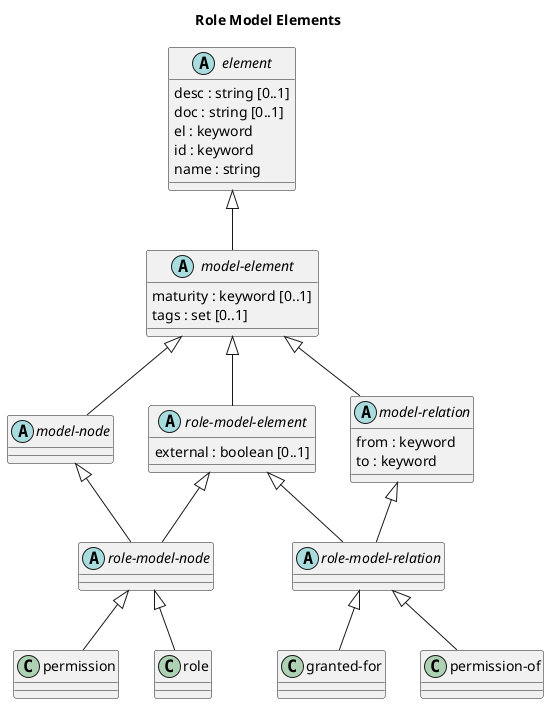
Before: docs/overarch/data-model/role-model-elements.png, a diagram exported from PlantUML (soulspace-org/overarch). The source it was exported from:
```plantuml
@startuml role-model-elements






title Role Model Elements

class "permission" as overarch_dataModel_permission {}
abstract class "model-element" as overarch_dataModel_modelElement {
  maturity : keyword [0..1]
  tags : set [0..1]
}
class "granted-for" as overarch_dataModel_grantedFor {}
abstract class "model-node" as overarch_dataModel_modelNode {}
abstract class "role-model-relation" as overarch_dataModel_roleModelRelation {}
abstract class "model-relation" as overarch_dataModel_modelRelation {
  from : keyword
  to : keyword
}
class "permission-of" as overarch_dataModel_permissionOf {}
class "role" as overarch_dataModel_role {}
abstract class "role-model-element" as overarch_dataModel_roleModelElement {
  external : boolean [0..1]
}
abstract class "element" as overarch_dataModel_element {
  desc : string [0..1]
  doc : string [0..1]
  el : keyword
  id : keyword
  name : string
}
abstract class "role-model-node" as overarch_dataModel_roleModelNode {}
overarch_dataModel_element <|-- overarch_dataModel_modelElement
overarch_dataModel_roleModelElement <|-- overarch_dataModel_roleModelRelation
overarch_dataModel_roleModelNode <|-- overarch_dataModel_permission
overarch_dataModel_modelElement <|-- overarch_dataModel_modelNode
overarch_dataModel_modelElement <|-- overarch_dataModel_modelRelation
overarch_dataModel_roleModelNode <|-- overarch_dataModel_role
overarch_dataModel_modelRelation <|-- overarch_dataModel_roleModelRelation
overarch_dataModel_modelElement <|-- overarch_dataModel_roleModelElement
overarch_dataModel_roleModelRelation <|-- overarch_dataModel_grantedFor
overarch_dataModel_modelNode <|-- overarch_dataModel_roleModelNode
overarch_dataModel_roleModelElement <|-- overarch_dataModel_roleModelNode
overarch_dataModel_roleModelRelation <|-- overarch_dataModel_permissionOf
@enduml
```
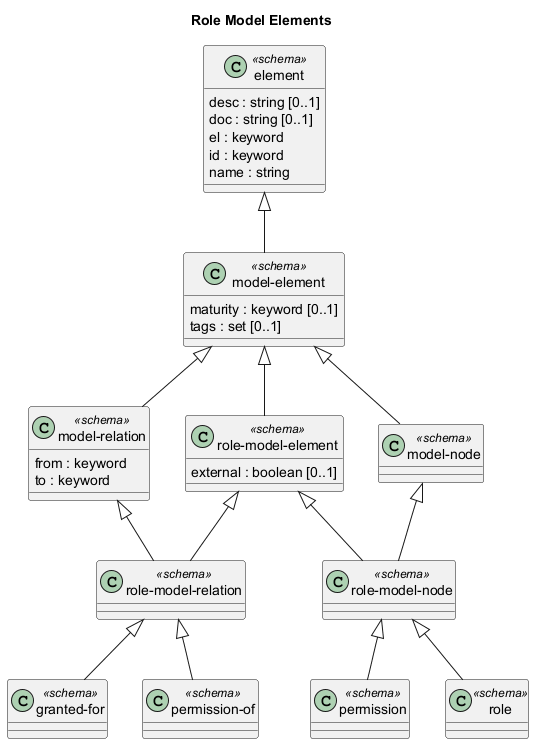
Later version of the same file.

Change to the diagram source:
```diff
@@ -7,31 +7,31 @@
 
 title Role Model Elements
 
-class "permission" as overarch_dataModel_permission {}
-abstract class "model-element" as overarch_dataModel_modelElement {
+class "model-element" as overarch_dataModel_modelElement <<schema>> {
   maturity : keyword [0..1]
   tags : set [0..1]
 }
-class "granted-for" as overarch_dataModel_grantedFor {}
-abstract class "model-node" as overarch_dataModel_modelNode {}
-abstract class "role-model-relation" as overarch_dataModel_roleModelRelation {}
-abstract class "model-relation" as overarch_dataModel_modelRelation {
-  from : keyword
-  to : keyword
-}
-class "permission-of" as overarch_dataModel_permissionOf {}
-class "role" as overarch_dataModel_role {}
-abstract class "role-model-element" as overarch_dataModel_roleModelElement {
+class "role-model-element" as overarch_dataModel_roleModelElement <<schema>> {
   external : boolean [0..1]
 }
-abstract class "element" as overarch_dataModel_element {
+class "granted-for" as overarch_dataModel_grantedFor <<schema>> {}
+class "permission" as overarch_dataModel_permission <<schema>> {}
+class "permission-of" as overarch_dataModel_permissionOf <<schema>> {}
+class "model-node" as overarch_dataModel_modelNode <<schema>> {}
+class "role" as overarch_dataModel_role <<schema>> {}
+class "element" as overarch_dataModel_element <<schema>> {
   desc : string [0..1]
   doc : string [0..1]
   el : keyword
   id : keyword
   name : string
 }
-abstract class "role-model-node" as overarch_dataModel_roleModelNode {}
+class "role-model-relation" as overarch_dataModel_roleModelRelation <<schema>> {}
+class "model-relation" as overarch_dataModel_modelRelation <<schema>> {
+  from : keyword
+  to : keyword
+}
+class "role-model-node" as overarch_dataModel_roleModelNode <<schema>> {}
 overarch_dataModel_element <|-- overarch_dataModel_modelElement
 overarch_dataModel_roleModelElement <|-- overarch_dataModel_roleModelRelation
 overarch_dataModel_roleModelNode <|-- overarch_dataModel_permission
```
